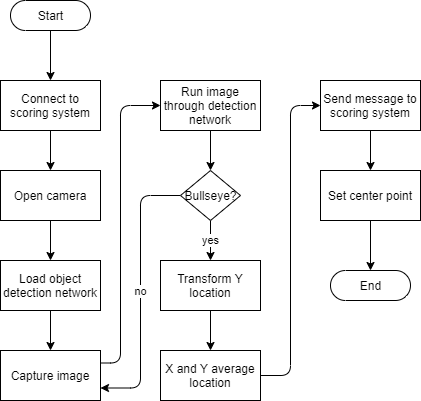
The draw.io diagram imaging/documentation/Idle_Start_Logic.png in kparlak/dart-scoring-system, before a commit. Source tidied: cells renumbered, new cells last; positions are measured from the earlier drawing's top-left corner, leaving out a move shared by most shapes.
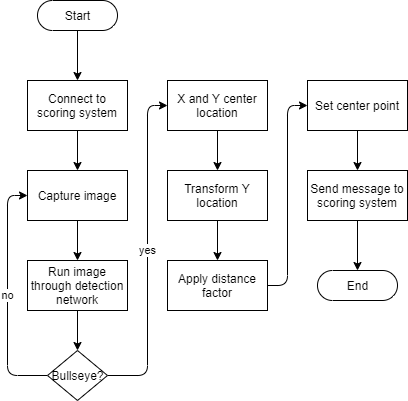
After the change.

Diff of the diagram source:
```diff
@@ -8,76 +8,70 @@
     <mxCell id="3" value="Start" style="html=1;dashed=0;whitespace=wrap;shape=mxgraph.dfd.start;" parent="1" vertex="1">
       <mxGeometry x="10" width="80" height="30" as="geometry" />
     </mxCell>
-    <mxCell id="4" style="edgeStyle=orthogonalEdgeStyle;rounded=1;jettySize=auto;html=1;exitX=0.5;exitY=1;exitDx=0;exitDy=0;entryX=0.5;entryY=0;entryDx=0;entryDy=0;strokeColor=#000000;" parent="1" edge="1" source="5" target="7">
-      <mxGeometry relative="1" as="geometry" />
-    </mxCell>
-    <mxCell id="5" value="Open camera" style="html=1;dashed=0;whitespace=wrap;whiteSpace=wrap;" parent="1" vertex="1">
-      <mxGeometry y="170" width="100" height="50" as="geometry" />
-    </mxCell>
-    <mxCell id="6" style="edgeStyle=orthogonalEdgeStyle;rounded=1;jettySize=auto;html=1;exitX=0.5;exitY=1;exitDx=0;exitDy=0;entryX=0.5;entryY=0;entryDx=0;entryDy=0;strokeColor=#000000;" parent="1" edge="1" source="7" target="12">
-      <mxGeometry relative="1" as="geometry" />
-    </mxCell>
-    <mxCell id="7" value="Load object detection network" style="html=1;dashed=0;whitespace=wrap;whiteSpace=wrap;" parent="1" vertex="1">
-      <mxGeometry y="260" width="100" height="50" as="geometry" />
-    </mxCell>
     <mxCell id="8" value="End" style="html=1;dashed=0;whitespace=wrap;shape=mxgraph.dfd.start;" parent="1" vertex="1">
-      <mxGeometry x="330" y="270" width="80" height="30" as="geometry" />
+      <mxGeometry x="290" y="270" width="80" height="30" as="geometry" />
     </mxCell>
-    <mxCell id="9" style="edgeStyle=orthogonalEdgeStyle;rounded=1;jettySize=auto;html=1;exitX=0.5;exitY=1;exitDx=0;exitDy=0;entryX=0.5;entryY=0;entryDx=0;entryDy=0;strokeColor=#000000;" parent="1" edge="1" source="10" target="5">
+    <mxCell id="9" style="edgeStyle=orthogonalEdgeStyle;rounded=1;jettySize=auto;html=1;exitX=0.5;exitY=1;exitDx=0;exitDy=0;entryX=0.5;entryY=0;entryDx=0;entryDy=0;strokeColor=#000000;" parent="1" edge="1" source="10" target="12">
       <mxGeometry relative="1" as="geometry" />
     </mxCell>
     <mxCell id="10" value="Connect to scoring system" style="html=1;dashed=0;whitespace=wrap;whiteSpace=wrap;" parent="1" vertex="1">
       <mxGeometry y="80" width="100" height="50" as="geometry" />
     </mxCell>
-    <mxCell id="11" style="edgeStyle=orthogonalEdgeStyle;rounded=1;jettySize=auto;html=1;exitX=1;exitY=0.25;exitDx=0;exitDy=0;entryX=0;entryY=0.5;entryDx=0;entryDy=0;strokeColor=#000000;" parent="1" edge="1" source="12" target="14">
-      <mxGeometry relative="1" as="geometry">
-        <Array as="points">
-          <mxPoint x="120" y="363" />
-          <mxPoint x="120" y="105" />
-        </Array>
-      </mxGeometry>
+    <mxCell id="11" style="edgeStyle=orthogonalEdgeStyle;rounded=1;jettySize=auto;html=1;exitX=0.5;exitY=1;exitDx=0;exitDy=0;entryX=0.5;entryY=0;entryDx=0;entryDy=0;" parent="1" edge="1" source="12" target="14">
+      <mxGeometry relative="1" as="geometry" />
     </mxCell>
     <mxCell id="12" value="Capture image" style="html=1;dashed=0;whitespace=wrap;whiteSpace=wrap;" parent="1" vertex="1">
-      <mxGeometry y="350" width="100" height="50" as="geometry" />
+      <mxGeometry y="170" width="100" height="50" as="geometry" />
     </mxCell>
-    <mxCell id="13" style="edgeStyle=orthogonalEdgeStyle;rounded=1;jettySize=auto;html=1;exitX=0.5;exitY=1;exitDx=0;exitDy=0;entryX=0.5;entryY=0;entryDx=0;entryDy=0;strokeColor=#000000;" parent="1" edge="1" source="14" target="17">
+    <mxCell id="13" style="edgeStyle=orthogonalEdgeStyle;rounded=1;jettySize=auto;html=1;exitX=0.5;exitY=1;exitDx=0;exitDy=0;entryX=0.5;entryY=0;entryDx=0;entryDy=0;" parent="1" edge="1" source="14" target="17">
       <mxGeometry relative="1" as="geometry" />
     </mxCell>
     <mxCell id="14" value="Run image through detection network" style="html=1;dashed=0;whitespace=wrap;whiteSpace=wrap;" parent="1" vertex="1">
-      <mxGeometry x="160" y="80" width="100" height="50" as="geometry" />
+      <mxGeometry y="260" width="100" height="50" as="geometry" />
     </mxCell>
-    <mxCell id="15" value="no" style="edgeStyle=orthogonalEdgeStyle;rounded=1;jettySize=auto;html=1;exitX=0;exitY=0.5;exitDx=0;exitDy=0;entryX=1;entryY=0.75;entryDx=0;entryDy=0;strokeColor=#000000;" parent="1" edge="1" source="17" target="12">
+    <mxCell id="15" value="no" style="edgeStyle=orthogonalEdgeStyle;rounded=1;jettySize=auto;html=1;exitX=0;exitY=0.5;exitDx=0;exitDy=0;entryX=0;entryY=0.5;entryDx=0;entryDy=0;" parent="1" edge="1" source="17" target="12">
       <mxGeometry relative="1" as="geometry" />
     </mxCell>
-    <mxCell id="16" value="yes" style="edgeStyle=orthogonalEdgeStyle;rounded=0;jettySize=auto;html=1;exitX=0.5;exitY=1;exitDx=0;exitDy=0;entryX=0.5;entryY=0;entryDx=0;entryDy=0;" parent="1" edge="1" source="17" target="23">
-      <mxGeometry relative="1" as="geometry" />
+    <mxCell id="16" value="yes" style="edgeStyle=orthogonalEdgeStyle;rounded=1;jettySize=auto;html=1;exitX=1;exitY=0.5;exitDx=0;exitDy=0;entryX=0;entryY=0.5;entryDx=0;entryDy=0;" parent="1" edge="1" source="17" target="21">
+      <mxGeometry relative="1" as="geometry">
+        <Array as="points">
+          <mxPoint x="120" y="375" />
+          <mxPoint x="120" y="105" />
+        </Array>
+      </mxGeometry>
     </mxCell>
     <mxCell id="17" value="Bullseye?" style="shape=rhombus;html=1;dashed=0;whitespace=wrap;perimeter=rhombusPerimeter;" parent="1" vertex="1">
-      <mxGeometry x="180" y="170" width="60" height="50" as="geometry" />
+      <mxGeometry x="20" y="350" width="60" height="50" as="geometry" />
     </mxCell>
-    <mxCell id="18" style="edgeStyle=orthogonalEdgeStyle;rounded=1;jettySize=auto;html=1;exitX=0.5;exitY=1;exitDx=0;exitDy=0;entryX=0.5;entryY=0.5;entryDx=0;entryDy=-15;entryPerimeter=0;" parent="1" edge="1" source="19" target="8">
-      <mxGeometry relative="1" as="geometry" />
-    </mxCell>
+    <mxCell id="26" style="edgeStyle=orthogonalEdgeStyle;rounded=1;jettySize=auto;html=1;exitX=0.5;exitY=1;exitDx=0;exitDy=0;entryX=0.5;entryY=0;entryDx=0;entryDy=0;" parent="1" edge="1" source="19" target="25">
+      <mxGeometry relative="1" as="geometry" />
+    </mxCell>
     <mxCell id="19" value="Set center point" style="html=1;dashed=0;whitespace=wrap;whiteSpace=wrap;" parent="1" vertex="1">
-      <mxGeometry x="320" y="170" width="100" height="50" as="geometry" />
+      <mxGeometry x="280" y="80" width="100" height="50" as="geometry" />
     </mxCell>
-    <mxCell id="20" style="edgeStyle=orthogonalEdgeStyle;rounded=1;jettySize=auto;html=1;exitX=1;exitY=0.5;exitDx=0;exitDy=0;entryX=0;entryY=0.5;entryDx=0;entryDy=0;" parent="1" edge="1" source="21" target="25">
-      <mxGeometry relative="1" as="geometry" />
-    </mxCell>
+    <mxCell id="27" style="edgeStyle=orthogonalEdgeStyle;rounded=1;jettySize=auto;html=1;exitX=0.5;exitY=1;exitDx=0;exitDy=0;entryX=0.5;entryY=0;entryDx=0;entryDy=0;" parent="1" edge="1" source="21" target="23">
+      <mxGeometry relative="1" as="geometry" />
+    </mxCell>
-    <mxCell id="21" value="X and Y average location" style="html=1;dashed=0;whitespace=wrap;whiteSpace=wrap;" parent="1" vertex="1">
-      <mxGeometry x="160" y="350" width="100" height="50" as="geometry" />
+    <mxCell id="21" value="X and Y center location" style="html=1;dashed=0;whitespace=wrap;whiteSpace=wrap;" parent="1" vertex="1">
+      <mxGeometry x="140" y="80" width="100" height="50" as="geometry" />
     </mxCell>
-    <mxCell id="22" style="edgeStyle=orthogonalEdgeStyle;rounded=0;jettySize=auto;html=1;exitX=0.5;exitY=1;exitDx=0;exitDy=0;entryX=0.5;entryY=0;entryDx=0;entryDy=0;" parent="1" edge="1" source="23" target="21">
-      <mxGeometry relative="1" as="geometry" />
-    </mxCell>
+    <mxCell id="28" style="edgeStyle=orthogonalEdgeStyle;rounded=1;jettySize=auto;html=1;exitX=0.5;exitY=1;exitDx=0;exitDy=0;entryX=0.5;entryY=0;entryDx=0;entryDy=0;" parent="1" edge="1" source="23" target="31">
+      <mxGeometry relative="1" as="geometry" />
+    </mxCell>
     <mxCell id="23" value="Transform Y location" style="html=1;dashed=0;whitespace=wrap;whiteSpace=wrap;" parent="1" vertex="1">
-      <mxGeometry x="160" y="260" width="100" height="50" as="geometry" />
+      <mxGeometry x="140" y="170" width="100" height="50" as="geometry" />
     </mxCell>
-    <mxCell id="24" style="edgeStyle=orthogonalEdgeStyle;rounded=0;jettySize=auto;html=1;exitX=0.5;exitY=1;exitDx=0;exitDy=0;entryX=0.5;entryY=0;entryDx=0;entryDy=0;" parent="1" edge="1" source="25" target="19">
-      <mxGeometry relative="1" as="geometry" />
-    </mxCell>
+    <mxCell id="29" style="edgeStyle=orthogonalEdgeStyle;rounded=1;jettySize=auto;html=1;exitX=0.5;exitY=1;exitDx=0;exitDy=0;entryX=0.5;entryY=0.5;entryDx=0;entryDy=-15;entryPerimeter=0;" parent="1" edge="1" source="25" target="8">
+      <mxGeometry relative="1" as="geometry" />
+    </mxCell>
     <mxCell id="25" value="Send message to scoring system" style="html=1;dashed=0;whitespace=wrap;whiteSpace=wrap;" parent="1" vertex="1">
-      <mxGeometry x="320" y="80" width="100" height="50" as="geometry" />
+      <mxGeometry x="280" y="170" width="100" height="50" as="geometry" />
     </mxCell>
+    <mxCell id="30" style="edgeStyle=orthogonalEdgeStyle;rounded=1;jettySize=auto;html=1;exitX=1;exitY=0.5;exitDx=0;exitDy=0;entryX=0;entryY=0.5;entryDx=0;entryDy=0;" parent="1" edge="1" source="31" target="19">
+      <mxGeometry relative="1" as="geometry" />
+    </mxCell>
+    <mxCell id="31" value="Apply distance factor" style="html=1;dashed=0;whitespace=wrap;whiteSpace=wrap;" parent="1" vertex="1">
+      <mxGeometry x="140" y="260" width="100" height="50" as="geometry" />
+    </mxCell>
   </root>
 </mxGraphModel>
```
